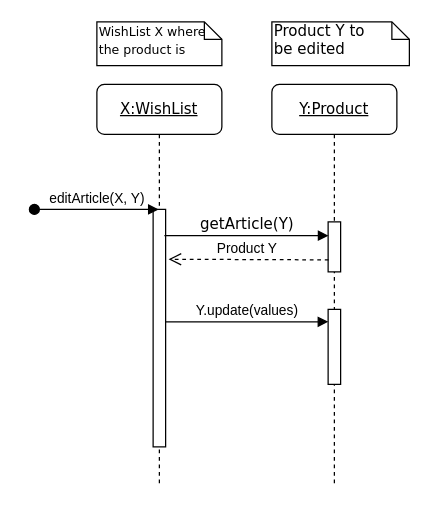
Before: Diagrammes/SequenceDiagrams/editArticle.drawio in NNepper/LSINF1225-2020-GroupeL1.1-WishList, a draw.io diagram. Source tidied: cells renumbered, new cells numbered last; positions are measured from the earlier drawing's top-left corner, leaving out a move shared by most shapes. Both pictures are drawn from the tidied source at 125%, with x=0, y=0 at pixel (34, 21).
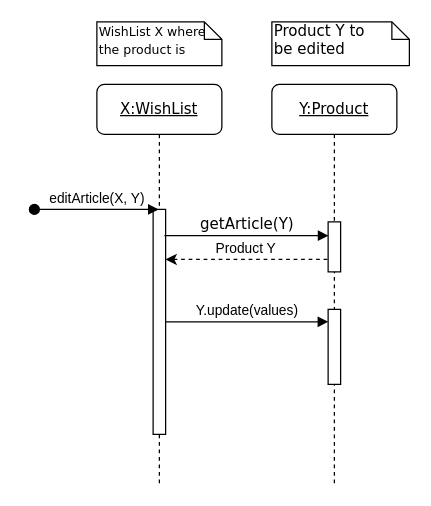
The same page after the edit.

Commit message (it also covers changes not shown here):
Correction de l'uniformité des flèches

What changed in the source:
```diff
@@
 <mxGraphModel background="#ffffff">
   <root>
     <mxCell id="0" />
     <mxCell id="1" parent="0" />
     <mxCell id="2" value="&lt;u&gt;Y:Product&lt;/u&gt;" style="shape=umlLifeline;perimeter=lifelinePerimeter;whiteSpace=wrap;html=1;rounded=1;shadow=0;comic=0;labelBackgroundColor=none;strokeWidth=1;fontFamily=Verdana;fontSize=12;align=center;" parent="1" vertex="1">
       <mxGeometry x="190" y="50" width="100" height="320" as="geometry" />
     </mxCell>
     <mxCell id="3" style="html=1;points=[];perimeter=orthogonalPerimeter;rounded=0;shadow=0;comic=0;labelBackgroundColor=none;strokeWidth=1;fontFamily=Verdana;fontSize=12;align=center;" parent="2" vertex="1">
       <mxGeometry x="45" y="110" width="10" height="40" as="geometry" />
     </mxCell>
     <mxCell id="4" style="html=1;points=[];perimeter=orthogonalPerimeter;rounded=0;shadow=0;comic=0;labelBackgroundColor=none;strokeWidth=1;fontFamily=Verdana;fontSize=12;align=center;" parent="2" vertex="1">
       <mxGeometry x="45" y="180" width="10" height="60" as="geometry" />
     </mxCell>
     <mxCell id="5" value="&lt;u&gt;X:WishList&lt;/u&gt;" style="shape=umlLifeline;perimeter=lifelinePerimeter;whiteSpace=wrap;html=1;outlineConnect=0;rounded=1;shadow=0;comic=0;labelBackgroundColor=none;strokeWidth=1;fontFamily=Verdana;fontSize=12;align=center;" parent="1" vertex="1">
       <mxGeometry x="50" y="50" width="100" height="320" as="geometry" />
     </mxCell>
     <mxCell id="6" style="html=1;points=[];perimeter=orthogonalPerimeter;rounded=0;shadow=0;comic=0;labelBackgroundColor=none;strokeWidth=1;fontFamily=Verdana;fontSize=12;align=center;" parent="5" vertex="1">
-      <mxGeometry x="45" y="100" width="10" height="190" as="geometry" />
+      <mxGeometry x="45" y="100" width="10" height="180" as="geometry" />
     </mxCell>
     <mxCell id="7" value="getArticle(Y)" style="html=1;verticalAlign=bottom;endArrow=block;labelBackgroundColor=none;fontFamily=Verdana;fontSize=12;edgeStyle=elbowEdgeStyle;elbow=vertical;entryX=0.033;entryY=0.274;entryDx=0;entryDy=0;entryPerimeter=0;" parent="1" edge="1" target="3">
       <mxGeometry relative="1" as="geometry">
         <mxPoint x="104" y="171" as="sourcePoint" />
         <Array as="points">
           <mxPoint x="210" y="171" />
           <mxPoint x="270" y="190" />
         </Array>
       </mxGeometry>
     </mxCell>
     <mxCell id="8" value="&lt;span style=&quot;font-size: 10px&quot;&gt;WishList X where&amp;nbsp;&lt;/span&gt;&lt;br style=&quot;font-size: 10px&quot;&gt;&lt;span style=&quot;font-size: 10px&quot;&gt;the product is&amp;nbsp;&lt;/span&gt;" style="shape=note;whiteSpace=wrap;html=1;size=14;verticalAlign=top;align=left;spacingTop=-6;rounded=0;shadow=0;comic=0;labelBackgroundColor=none;strokeWidth=1;fontFamily=Verdana;fontSize=12;" parent="1" vertex="1">
       <mxGeometry x="50" width="100" height="35" as="geometry" />
     </mxCell>
     <mxCell id="9" value="&lt;span&gt;Product Y to&amp;nbsp;&lt;/span&gt;&lt;br&gt;&lt;span&gt;be edited&lt;/span&gt;" style="shape=note;whiteSpace=wrap;html=1;size=14;verticalAlign=top;align=left;spacingTop=-6;rounded=0;shadow=0;comic=0;labelBackgroundColor=none;strokeWidth=1;fontFamily=Verdana;fontSize=12;" parent="1" vertex="1">
       <mxGeometry x="190" width="110" height="35" as="geometry" />
     </mxCell>
     <mxCell id="10" value="Y.update(values)" style="html=1;verticalAlign=bottom;endArrow=block;entryX=0.019;entryY=0.165;entryDx=0;entryDy=0;entryPerimeter=0;" parent="1" edge="1" target="4">
       <mxGeometry relative="1" as="geometry">
         <mxPoint x="105" y="240" as="sourcePoint" />
       </mxGeometry>
     </mxCell>
     <mxCell id="11" value="editArticle(X, Y)" style="html=1;verticalAlign=bottom;startArrow=oval;startFill=1;endArrow=block;startSize=8;" parent="1" edge="1" target="5">
       <mxGeometry relative="1" as="geometry">
         <mxPoint y="150" as="sourcePoint" />
       </mxGeometry>
     </mxCell>
-    <mxCell id="12" value="Product Y" style="html=1;verticalAlign=bottom;endArrow=open;dashed=1;endSize=8;exitX=0.033;exitY=0.76;exitDx=0;exitDy=0;exitPerimeter=0;entryX=1.236;entryY=0.21;entryDx=0;entryDy=0;entryPerimeter=0;" parent="1" edge="1" source="3" target="6">
-      <mxGeometry x="0.02" relative="1" as="geometry" />
+    <mxCell id="12" value="Product Y" style="endArrow=classic;html=1;exitX=-0.061;exitY=0.751;exitDx=0;exitDy=0;exitPerimeter=0;labelPosition=center;verticalLabelPosition=top;align=center;verticalAlign=bottom;dashed=1;labelBackgroundColor=none;" parent="1" edge="1" source="3" target="6">
+      <mxGeometry relative="1" as="geometry" />
     </mxCell>
   </root>
 </mxGraphModel>
```
